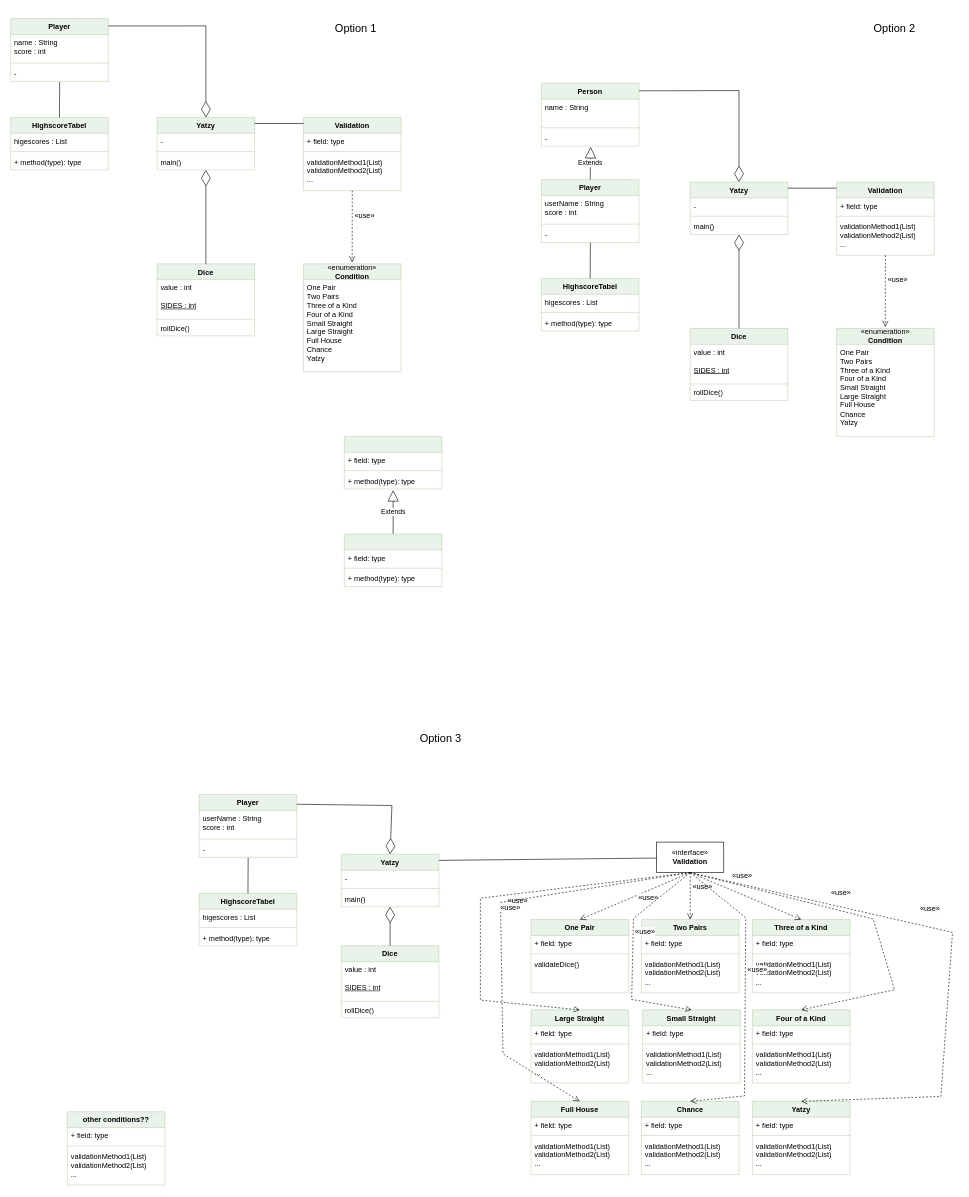
Before: Yatzy_grupp_8.drawio in JoakimSkappegard/Diagram, a draw.io diagram. Source tidied: cells renumbered, new cells numbered last; positions are measured from the earlier drawing's top-left corner, leaving out a move shared by most shapes. Both pictures are drawn from the tidied source at 61%, with x=0, y=0 at pixel (10, 18).
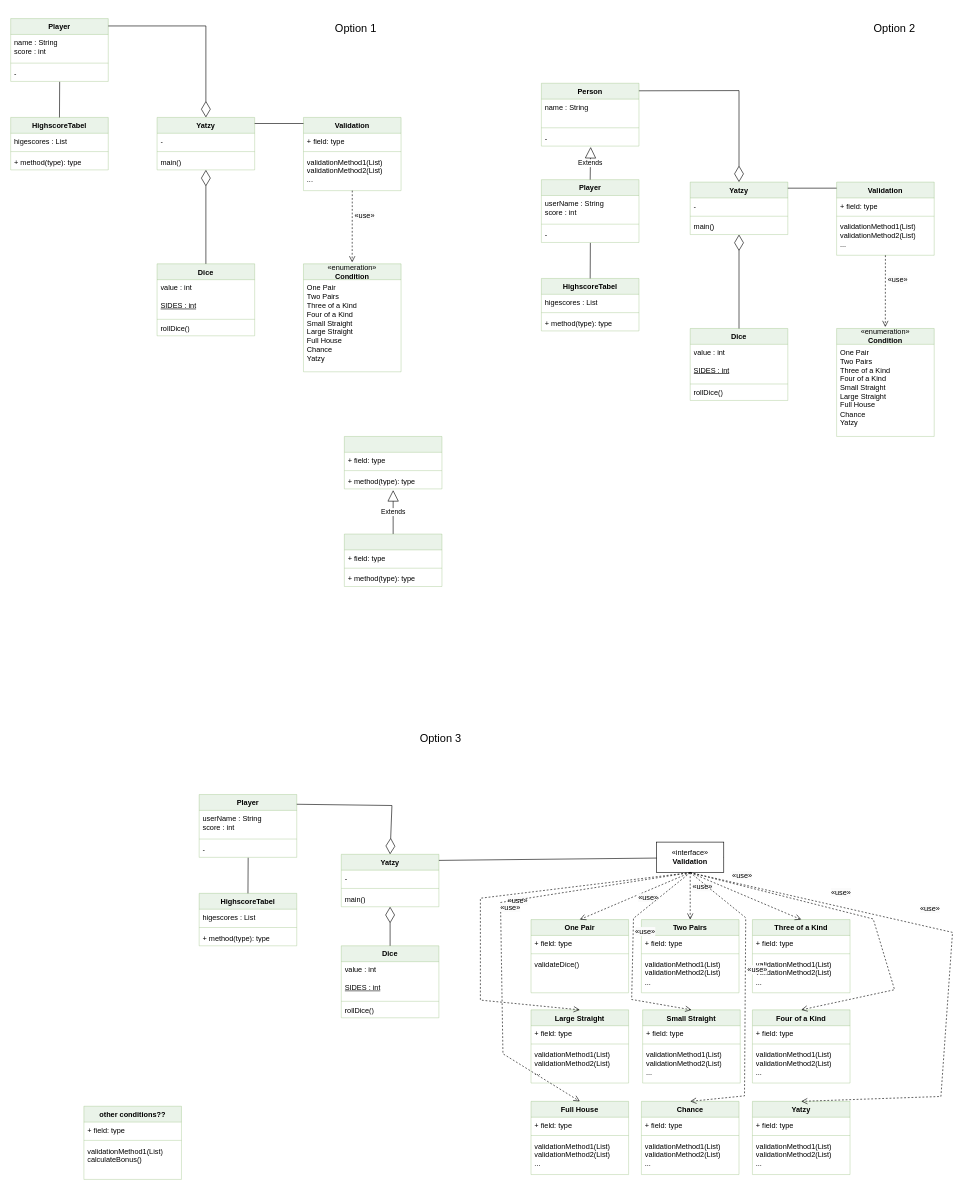
After the change.

Commit message:
added method to otherConditions

The edit, as a diff of the source:
```diff
@@
     <mxCell id="137" value="other conditions??" style="swimlane;fontStyle=1;align=center;verticalAlign=top;horizontal=1;startSize=26;whiteSpace=wrap;html=1;fillColor=#d5e8d4;strokeColor=#82b366;opacity=50;" parent="1" vertex="1">
-      <mxGeometry x="93" y="1792" width="160" height="120" as="geometry" />
+      <mxGeometry x="120" y="1783" width="160" height="120" as="geometry" />
     </mxCell>
@@
-    <mxCell id="140" value="validationMethod1(List)&lt;div&gt;validationMethod2(List)&lt;/div&gt;&lt;div&gt;...&lt;/div&gt;" style="text;strokeColor=none;fillColor=none;align=left;verticalAlign=top;spacingLeft=4;spacingRight=4;overflow=hidden;whiteSpace=wrap;html=1;" parent="137" vertex="1">
+    <mxCell id="140" value="validationMethod1(List)&lt;div&gt;calculateBonus()&lt;/div&gt;" style="text;strokeColor=none;fillColor=none;align=left;verticalAlign=top;spacingLeft=4;spacingRight=4;overflow=hidden;whiteSpace=wrap;html=1;" parent="137" vertex="1">
       <mxGeometry y="60" width="160" height="60" as="geometry" />
     </mxCell>
```
